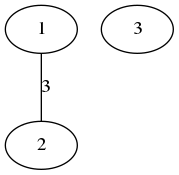
The Graphviz diagram 2ndCourse/tsd/8lab/graph.png in SemikO123/bmstu, before a commit. Its source is kept beside it as 2ndCourse/tsd/8lab/graph.gv.
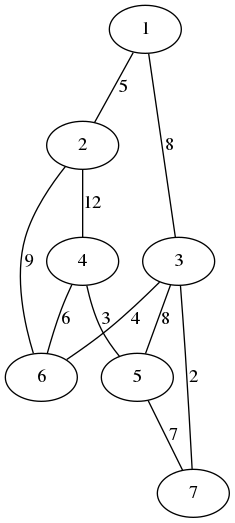
After the commit.

What changed in the source:
```diff
@@ -1,6 +1,19 @@
 graph G{
 1
-1 -- 2 [label=3]
+1 -- 2 [label=5]
+1 -- 3 [label=8]
 2
+2 -- 4 [label=12]
+2 -- 6 [label=9]
 3
+3 -- 5 [label=8]
+3 -- 6 [label=4]
+3 -- 7 [label=2]
+4
+4 -- 5 [label=3]
+4 -- 6 [label=6]
+5
+5 -- 7 [label=7]
+6
+7
 }
```
